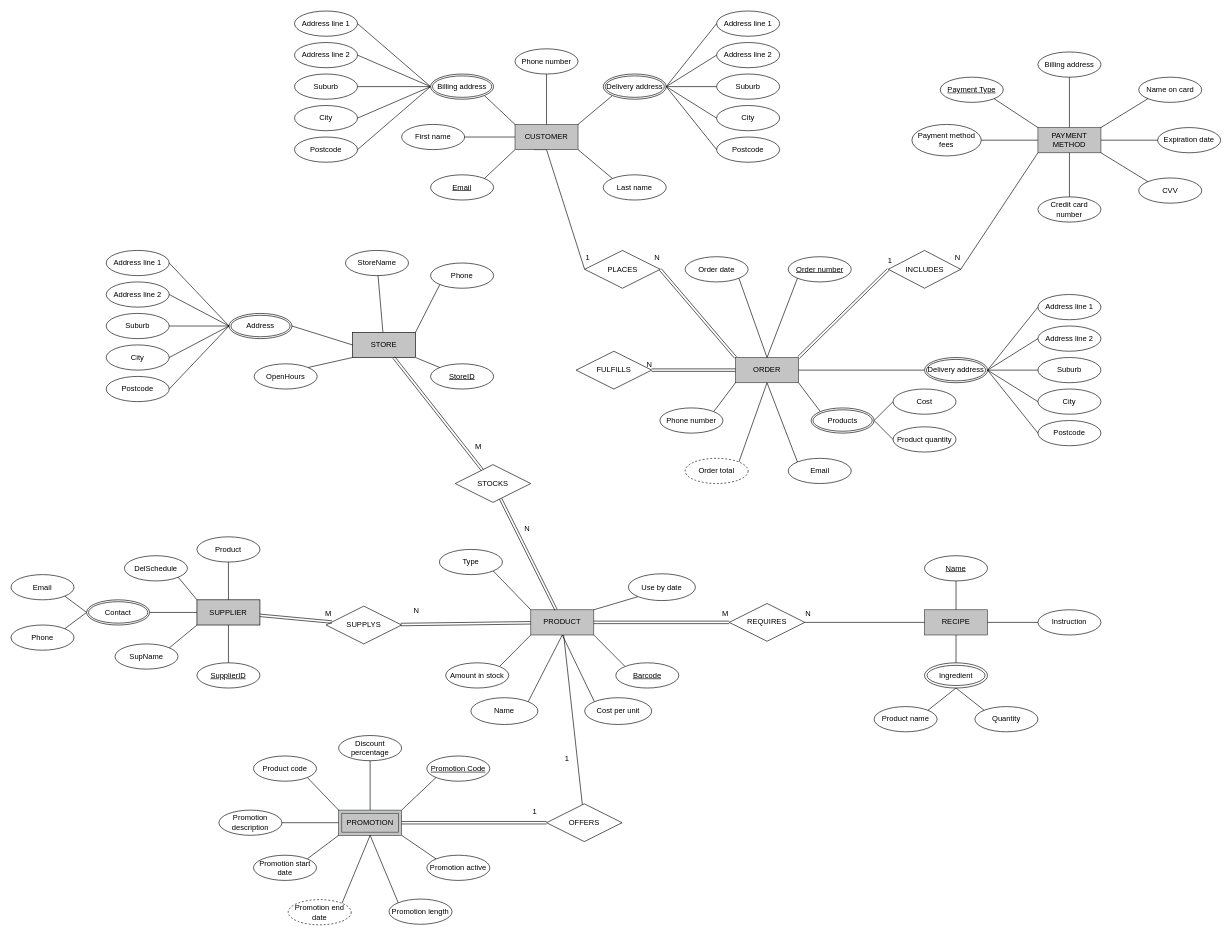
Above: online_food_store copy.drawio in ThibaudARoy/Group5EntityRelationshipDiagram (draw.io), before the change. Source tidied: cells renumbered, new cells numbered last; positions are measured from the earlier drawing's top-left corner, leaving out a move shared by most shapes. Both pictures are drawn from the tidied source at 63%, with x=0, y=0 at pixel (11, 11).
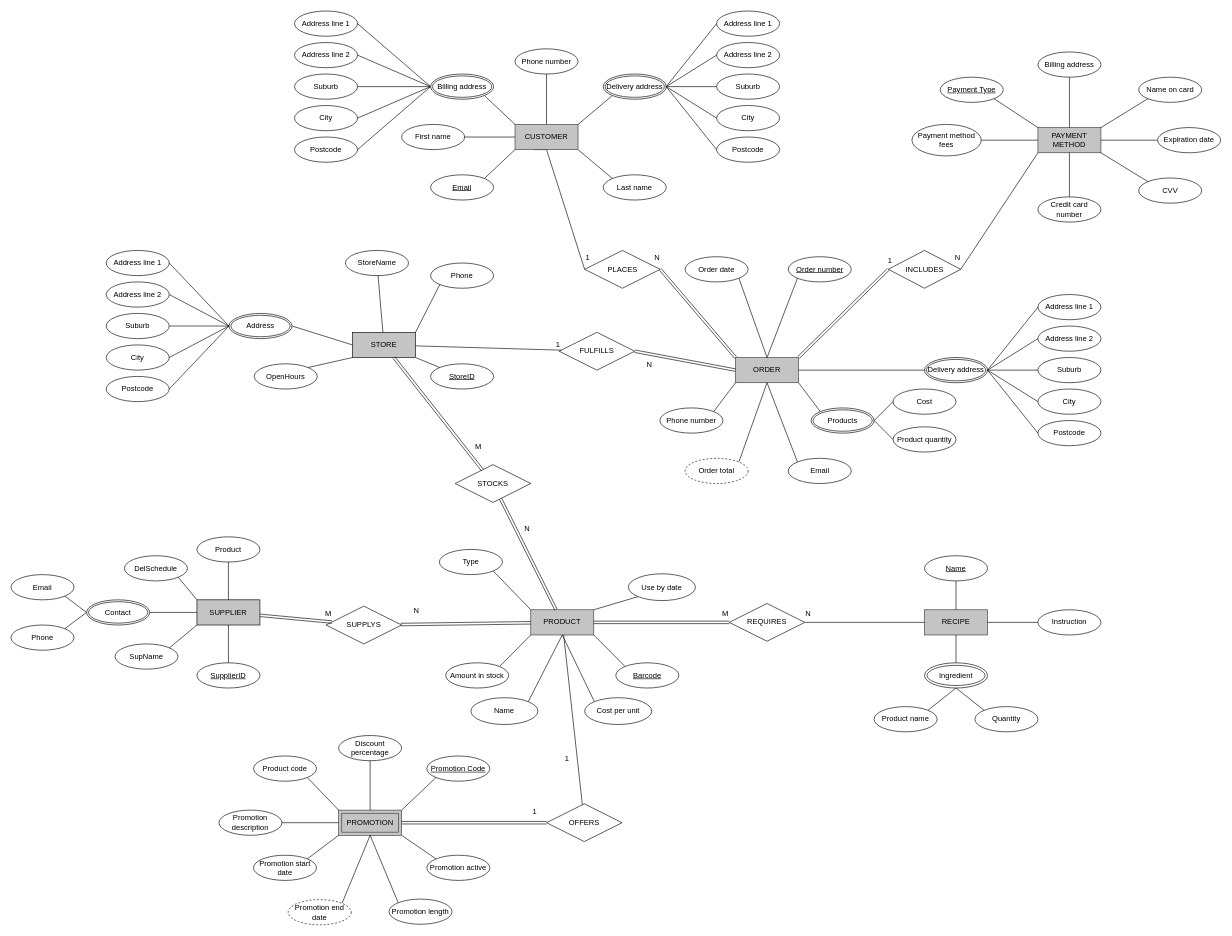
The same diagram, later.

Commit message:
added line fulfills

The change refers to these unchanged cells:
```xml
<mxCell id="86" value="STORE" style="whiteSpace=wrap;html=1;align=center;fillColor=#c4c4c4;" parent="1" vertex="1">
  <mxGeometry x="542" y="510" width="100" height="40" as="geometry" />
</mxCell>
```

The edit, as a diff of the source:
```diff
@@
     <mxCell id="96" value="FULFILLS" style="shape=rhombus;perimeter=rhombusPerimeter;whiteSpace=wrap;html=1;align=center;" parent="1" vertex="1">
-      <mxGeometry x="896.9" y="540" width="120" height="60" as="geometry" />
+      <mxGeometry x="870" y="510" width="120" height="60" as="geometry" />
     </mxCell>
@@
+    <mxCell id="190" style="endArrow=none;html=1;rounded=0;" parent="1" edge="1" source="86" target="96">
+      <mxGeometry relative="1" as="geometry" />
+    </mxCell>
+    <mxCell id="191" value="1" style="html=1;whiteSpace=wrap;align=right;verticalAlign=bottom;" parent="190" vertex="1">
+      <mxGeometry x="1" relative="1" as="geometry" />
+    </mxCell>
```
